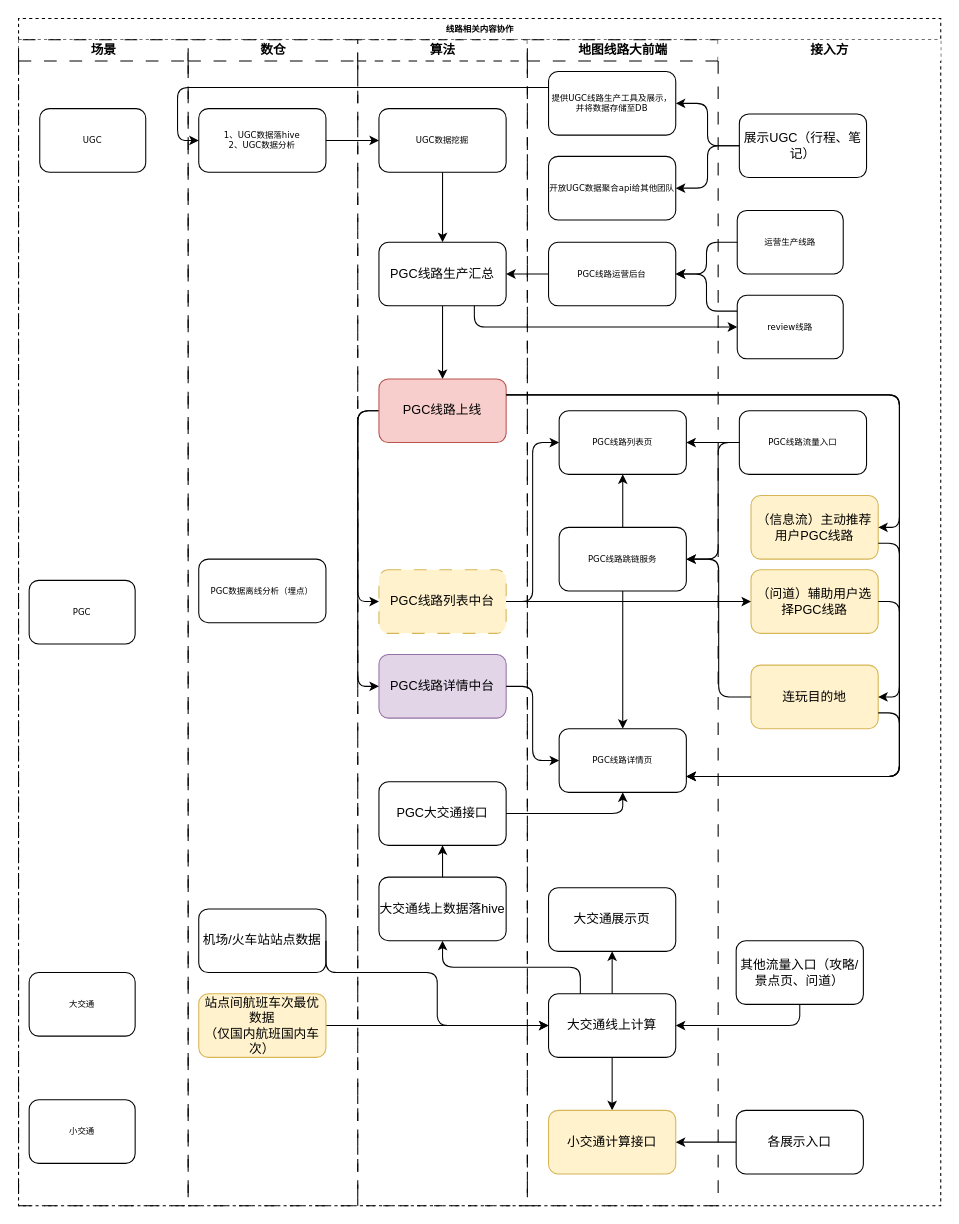
tsafo/demo keeps this draw.io diagram as page "线路内容协作" (1 of 3) of 大小交通架构设计.drawio. Above is the earlier version. Source tidied: cells renumbered, new cells numbered last; positions are measured from the earlier drawing's top-left corner, leaving out a move shared by most shapes. Both pictures are drawn from the tidied source at 106%, with x=0, y=0 at pixel (18, 18).
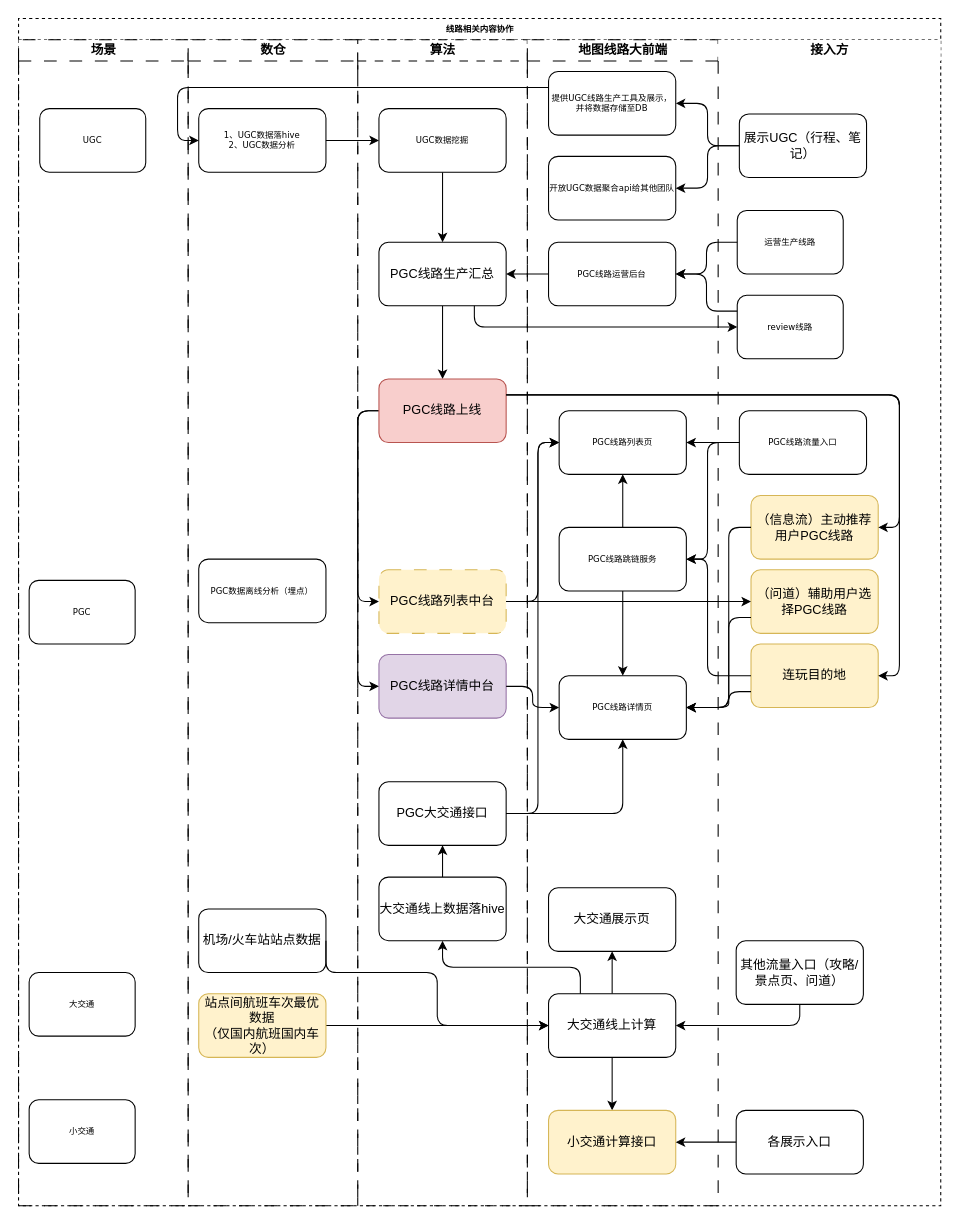
The same page after the edit.

Commit message (it also covers changes not shown here):
更新大小交通架构设计.drawio

Unchanged cells that the change refers to:
```xml
<mxCell id="2" value="线路相关内容协作" style="swimlane;html=1;startSize=20;rounded=0;shadow=0;labelBackgroundColor=none;strokeWidth=1;fontFamily=Verdana;fontSize=8;align=center;dashed=1;" parent="1" vertex="1">
  <mxGeometry width="870" height="1120" as="geometry" />
</mxCell>
<mxCell id="19" value="PGC线路列表中台" style="rounded=1;whiteSpace=wrap;html=1;fillColor=#fff2cc;strokeColor=#d6b656;dashed=1;dashPattern=12 12;" parent="14" vertex="1">
  <mxGeometry x="20" y="500" width="120" height="60" as="geometry" />
</mxCell>
<mxCell id="20" value="PGC线路详情中台" style="rounded=1;whiteSpace=wrap;html=1;fillColor=#e1d5e7;strokeColor=#9673a6;" parent="14" vertex="1">
  <mxGeometry x="20" y="580" width="120" height="60" as="geometry" />
</mxCell>
<mxCell id="26" value="PGC大交通接口" style="rounded=1;whiteSpace=wrap;html=1;" parent="14" vertex="1">
  <mxGeometry x="20" y="700" width="120" height="60" as="geometry" />
</mxCell>
<mxCell id="27" value="地图线路大前端" style="swimlane;html=1;startSize=20;dashed=1;strokeColor=default;dashPattern=12 12;" parent="2" vertex="1">
  <mxGeometry x="480" y="20" width="180" height="1100" as="geometry" />
</mxCell>
<mxCell id="28" value="提供UGC线路生产工具及展示，并将数据存储至DB" style="rounded=1;whiteSpace=wrap;html=1;shadow=0;labelBackgroundColor=none;strokeWidth=1;fontFamily=Verdana;fontSize=8;align=center;" parent="27" vertex="1">
  <mxGeometry x="20" y="30" width="120" height="60" as="geometry" />
</mxCell>
<mxCell id="30" value="PGC线路运营后台" style="rounded=1;whiteSpace=wrap;html=1;shadow=0;labelBackgroundColor=none;strokeWidth=1;fontFamily=Verdana;fontSize=8;align=center;" parent="27" vertex="1">
  <mxGeometry x="20" y="191" width="120" height="60" as="geometry" />
</mxCell>
<mxCell id="31" value="PGC线路列表页" style="rounded=1;whiteSpace=wrap;html=1;shadow=0;labelBackgroundColor=none;strokeWidth=1;fontFamily=Verdana;fontSize=8;align=center;" parent="27" vertex="1">
  <mxGeometry x="30" y="350" width="120" height="60" as="geometry" />
</mxCell>
<mxCell id="35" value="PGC线路跳链服务" style="rounded=1;whiteSpace=wrap;html=1;shadow=0;labelBackgroundColor=none;strokeWidth=1;fontFamily=Verdana;fontSize=8;align=center;" parent="27" vertex="1">
  <mxGeometry x="30" y="460" width="120" height="60" as="geometry" />
</mxCell>
<mxCell id="41" value="接入方" style="swimlane;html=1;startSize=20;strokeColor=none;dashed=1;dashPattern=12 12;" parent="2" vertex="1">
  <mxGeometry x="660" y="20" width="210" height="1100" as="geometry" />
</mxCell>
<mxCell id="42" value="展示UGC（行程、笔记）" style="rounded=1;whiteSpace=wrap;html=1;" parent="41" vertex="1">
  <mxGeometry x="20" y="70" width="120" height="60" as="geometry" />
</mxCell>
<mxCell id="44" value="review线路" style="rounded=1;whiteSpace=wrap;html=1;shadow=0;labelBackgroundColor=none;strokeWidth=1;fontFamily=Verdana;fontSize=8;align=center;" parent="41" vertex="1">
  <mxGeometry x="18" y="241" width="100" height="60" as="geometry" />
</mxCell>
<mxCell id="45" value="PGC线路流量入口" style="rounded=1;whiteSpace=wrap;html=1;shadow=0;labelBackgroundColor=none;strokeWidth=1;fontFamily=Verdana;fontSize=8;align=center;" parent="41" vertex="1">
  <mxGeometry x="20" y="350" width="120" height="60" as="geometry" />
</mxCell>
<mxCell id="46" value="（问道）辅助用户选择PGC线路" style="rounded=1;whiteSpace=wrap;html=1;fillColor=#fff2cc;strokeColor=#d6b656;" parent="41" vertex="1">
  <mxGeometry x="31" y="500" width="120" height="60" as="geometry" />
</mxCell>
<mxCell id="47" value="（信息流）主动推荐用户PGC线路" style="rounded=1;whiteSpace=wrap;html=1;fillColor=#fff2cc;strokeColor=#d6b656;" parent="41" vertex="1">
  <mxGeometry x="31" y="430" width="120" height="60" as="geometry" />
</mxCell>
```

The edit, as a diff of the source:
```diff
@@
     <mxCell id="32" value="PGC线路详情页" style="rounded=1;whiteSpace=wrap;html=1;shadow=0;labelBackgroundColor=none;strokeWidth=1;fontFamily=Verdana;fontSize=8;align=center;" parent="27" vertex="1">
-      <mxGeometry x="30" y="650" width="120" height="60" as="geometry" />
+      <mxGeometry x="30" y="600" width="120" height="60" as="geometry" />
     </mxCell>
@@
     <mxCell id="48" value="连玩目的地" style="rounded=1;whiteSpace=wrap;html=1;fillColor=#fff2cc;strokeColor=#d6b656;" parent="41" vertex="1">
-      <mxGeometry x="31" y="590" width="120" height="60" as="geometry" />
+      <mxGeometry x="31" y="570" width="120" height="60" as="geometry" />
     </mxCell>
@@
     <mxCell id="64" style="edgeStyle=orthogonalEdgeStyle;rounded=1;jettySize=auto;html=1;exitX=0;exitY=0.5;exitDx=0;exitDy=0;entryX=1;entryY=0.5;entryDx=0;entryDy=0;curved=0;" parent="2" edge="1" source="45" target="35">
       <mxGeometry relative="1" as="geometry">
         <Array as="points">
-          <mxPoint x="660" y="400" />
-          <mxPoint x="660" y="510" />
+          <mxPoint x="650" y="400" />
+          <mxPoint x="650" y="510" />
         </Array>
       </mxGeometry>
     </mxCell>
     <mxCell id="65" style="edgeStyle=orthogonalEdgeStyle;rounded=1;jettySize=auto;html=1;exitX=1;exitY=0.5;exitDx=0;exitDy=0;entryX=0;entryY=0.5;entryDx=0;entryDy=0;curved=0;" parent="2" edge="1" source="19" target="31">
-      <mxGeometry relative="1" as="geometry" />
+      <mxGeometry relative="1" as="geometry">
+        <Array as="points">
+          <mxPoint x="490" y="550" />
+          <mxPoint x="490" y="400" />
+        </Array>
+      </mxGeometry>
     </mxCell>
-    <mxCell id="66" style="edgeStyle=orthogonalEdgeStyle;rounded=1;jettySize=auto;html=1;exitX=1;exitY=0.5;exitDx=0;exitDy=0;entryX=0;entryY=0.5;entryDx=0;entryDy=0;curved=0;" parent="2" edge="1" source="20" target="32">
-      <mxGeometry relative="1" as="geometry" />
-    </mxCell>
@@
     <mxCell id="69" style="edgeStyle=orthogonalEdgeStyle;rounded=1;jettySize=auto;html=1;exitX=0;exitY=0.5;exitDx=0;exitDy=0;entryX=1;entryY=0.5;entryDx=0;entryDy=0;curved=0;" parent="2" edge="1" source="48" target="35">
-      <mxGeometry relative="1" as="geometry" />
+      <mxGeometry relative="1" as="geometry">
+        <Array as="points">
+          <mxPoint x="650" y="620" />
+          <mxPoint x="650" y="510" />
+        </Array>
+      </mxGeometry>
     </mxCell>
+    <mxCell id="73" style="edgeStyle=orthogonalEdgeStyle;rounded=1;jettySize=auto;html=1;exitX=0;exitY=0.5;exitDx=0;exitDy=0;entryX=1;entryY=0.5;entryDx=0;entryDy=0;curved=0;" parent="2" edge="1" source="42" target="28">
+      <mxGeometry relative="1" as="geometry" />
+    </mxCell>
+    <mxCell id="74" style="edgeStyle=orthogonalEdgeStyle;rounded=1;jettySize=auto;html=1;exitX=0;exitY=0.25;exitDx=0;exitDy=0;entryX=1;entryY=0.5;entryDx=0;entryDy=0;curved=0;" parent="2" edge="1" source="44" target="30">
+      <mxGeometry relative="1" as="geometry" />
+    </mxCell>
+    <mxCell id="75" style="edgeStyle=orthogonalEdgeStyle;rounded=1;jettySize=auto;html=1;exitX=1;exitY=0.5;exitDx=0;exitDy=0;entryX=0;entryY=0.5;entryDx=0;entryDy=0;curved=0;" parent="2" edge="1" source="26" target="31">
+      <mxGeometry relative="1" as="geometry">
+        <Array as="points">
+          <mxPoint x="490" y="750" />
+          <mxPoint x="490" y="400" />
+        </Array>
+      </mxGeometry>
+    </mxCell>
+    <mxCell id="66" style="edgeStyle=orthogonalEdgeStyle;rounded=1;jettySize=auto;html=1;exitX=1;exitY=0.5;exitDx=0;exitDy=0;entryX=0;entryY=0.5;entryDx=0;entryDy=0;curved=0;" parent="2" edge="1" source="20" target="32">
+      <mxGeometry relative="1" as="geometry" />
+    </mxCell>
-    <mxCell id="70" style="edgeStyle=orthogonalEdgeStyle;rounded=1;jettySize=auto;html=1;exitX=1;exitY=0.75;exitDx=0;exitDy=0;entryX=1;entryY=0.75;entryDx=0;entryDy=0;curved=0;" parent="2" edge="1" source="47" target="32">
-      <mxGeometry relative="1" as="geometry" />
+    <mxCell id="70" style="edgeStyle=orthogonalEdgeStyle;rounded=1;jettySize=auto;html=1;exitX=0;exitY=0.5;exitDx=0;exitDy=0;entryX=1;entryY=0.5;entryDx=0;entryDy=0;curved=0;" parent="2" edge="1" source="47" target="32">
+      <mxGeometry relative="1" as="geometry">
+        <Array as="points">
+          <mxPoint x="670" y="480" />
+          <mxPoint x="670" y="650" />
+        </Array>
+      </mxGeometry>
     </mxCell>
-    <mxCell id="71" style="edgeStyle=orthogonalEdgeStyle;rounded=1;jettySize=auto;html=1;exitX=1;exitY=0.5;exitDx=0;exitDy=0;entryX=1;entryY=0.75;entryDx=0;entryDy=0;curved=0;" parent="2" edge="1" source="46" target="32">
-      <mxGeometry relative="1" as="geometry" />
+    <mxCell id="71" style="edgeStyle=orthogonalEdgeStyle;rounded=1;jettySize=auto;html=1;exitX=0;exitY=0.75;exitDx=0;exitDy=0;entryX=1;entryY=0.5;entryDx=0;entryDy=0;curved=0;" parent="2" edge="1" source="46" target="32">
+      <mxGeometry relative="1" as="geometry">
+        <Array as="points">
+          <mxPoint x="670" y="565" />
+          <mxPoint x="670" y="650" />
+        </Array>
+      </mxGeometry>
     </mxCell>
-    <mxCell id="72" style="edgeStyle=orthogonalEdgeStyle;rounded=1;jettySize=auto;html=1;exitX=1;exitY=0.75;exitDx=0;exitDy=0;entryX=1;entryY=0.75;entryDx=0;entryDy=0;curved=0;" parent="2" edge="1" source="48" target="32">
-      <mxGeometry relative="1" as="geometry" />
+    <mxCell id="72" style="edgeStyle=orthogonalEdgeStyle;rounded=1;jettySize=auto;html=1;exitX=0;exitY=0.75;exitDx=0;exitDy=0;entryX=1;entryY=0.5;entryDx=0;entryDy=0;curved=0;" parent="2" edge="1" source="48" target="32">
+      <mxGeometry relative="1" as="geometry">
+        <Array as="points">
+          <mxPoint x="670" y="635" />
+          <mxPoint x="670" y="650" />
+        </Array>
+      </mxGeometry>
     </mxCell>
-    <mxCell id="73" style="edgeStyle=orthogonalEdgeStyle;rounded=1;jettySize=auto;html=1;exitX=0;exitY=0.5;exitDx=0;exitDy=0;entryX=1;entryY=0.5;entryDx=0;entryDy=0;curved=0;" parent="2" edge="1" source="42" target="28">
-      <mxGeometry relative="1" as="geometry" />
-    </mxCell>
-    <mxCell id="74" style="edgeStyle=orthogonalEdgeStyle;rounded=1;jettySize=auto;html=1;exitX=0;exitY=0.25;exitDx=0;exitDy=0;entryX=1;entryY=0.5;entryDx=0;entryDy=0;curved=0;" parent="2" edge="1" source="44" target="30">
-      <mxGeometry relative="1" as="geometry" />
-    </mxCell>
```
